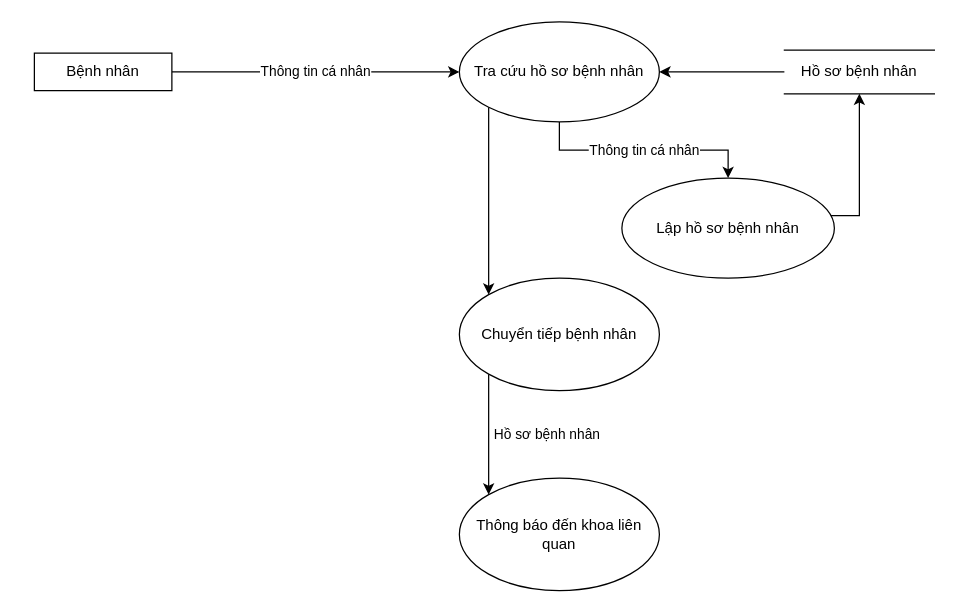
Earlier version of the draw.io diagram DuoiDinh_TiepDon.drawio (Nhatran241/HTTT). Source tidied: cells renumbered, new cells numbered last; positions are measured from the earlier drawing's top-left corner, leaving out a move shared by most shapes. Both pictures are drawn from the tidied source at 125%, with x=0, y=0 at pixel (34, 21).
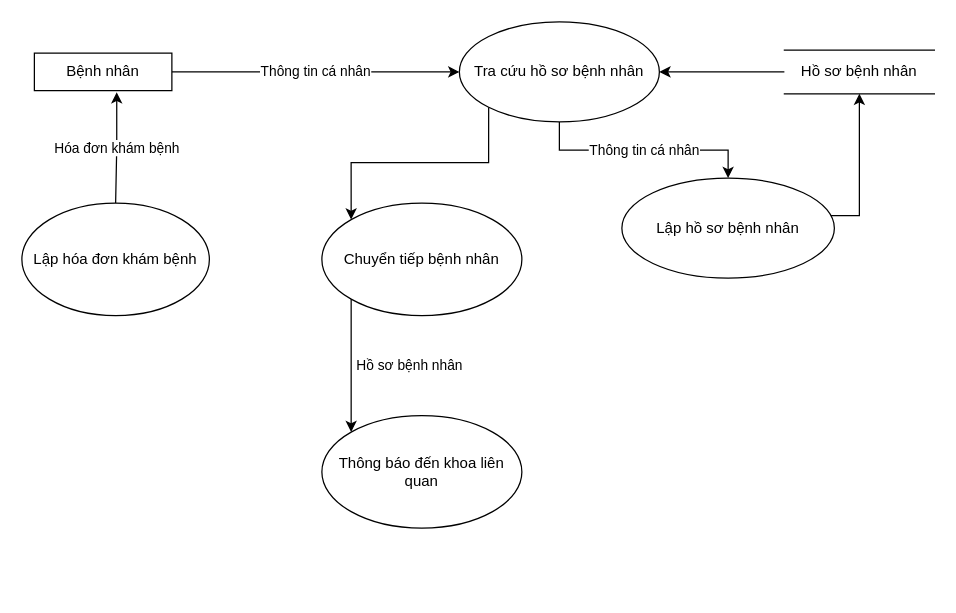
The same page after the edit.

What changed in the source:
```diff
@@
 <mxGraphModel>
   <root>
     <mxCell id="0" />
     <mxCell id="1" parent="0" />
     <mxCell id="2" value="Thông tin cá nhân" style="edgeStyle=orthogonalEdgeStyle;rounded=0;jettySize=auto;html=1;" parent="1" edge="1" source="3" target="6">
       <mxGeometry relative="1" as="geometry" />
     </mxCell>
     <mxCell id="3" value="Bệnh nhân" style="rounded=0;whiteSpace=wrap;html=1;" parent="1" vertex="1">
       <mxGeometry y="25" width="110" height="30" as="geometry" />
     </mxCell>
     <mxCell id="4" value="Thông tin cá nhân&lt;br&gt;" style="edgeStyle=orthogonalEdgeStyle;rounded=0;jettySize=auto;html=1;" parent="1" edge="1" source="6" target="8">
       <mxGeometry relative="1" as="geometry" />
     </mxCell>
     <mxCell id="5" style="edgeStyle=orthogonalEdgeStyle;rounded=0;jettySize=auto;html=1;exitX=0;exitY=1;exitDx=0;exitDy=0;entryX=0;entryY=0;entryDx=0;entryDy=0;" parent="1" edge="1" source="6" target="12">
       <mxGeometry relative="1" as="geometry" />
     </mxCell>
     <mxCell id="6" value="Tra cứu hồ sơ bệnh nhân" style="ellipse;whiteSpace=wrap;html=1;" parent="1" vertex="1">
       <mxGeometry x="340" width="160" height="80" as="geometry" />
     </mxCell>
     <mxCell id="7" style="edgeStyle=orthogonalEdgeStyle;rounded=0;jettySize=auto;html=1;entryX=0.5;entryY=1;entryDx=0;entryDy=0;" parent="1" edge="1" source="8" target="10">
       <mxGeometry relative="1" as="geometry">
         <Array as="points">
           <mxPoint x="660" y="155" />
         </Array>
       </mxGeometry>
     </mxCell>
     <mxCell id="8" value="Lập hồ sơ bệnh nhân" style="ellipse;whiteSpace=wrap;html=1;" parent="1" vertex="1">
       <mxGeometry x="470" y="125" width="170" height="80" as="geometry" />
     </mxCell>
     <mxCell id="9" style="edgeStyle=orthogonalEdgeStyle;rounded=0;jettySize=auto;html=1;entryX=1;entryY=0.5;entryDx=0;entryDy=0;" parent="1" edge="1" source="10" target="6">
       <mxGeometry relative="1" as="geometry" />
     </mxCell>
     <mxCell id="10" value="Hồ sơ bệnh nhân" style="shape=partialRectangle;whiteSpace=wrap;html=1;left=0;right=0;fillColor=none;" parent="1" vertex="1">
       <mxGeometry x="600" y="22.5" width="120" height="35" as="geometry" />
     </mxCell>
     <mxCell id="11" value="Hồ sơ bệnh nhân" style="edgeStyle=orthogonalEdgeStyle;rounded=0;jettySize=auto;html=1;exitX=0;exitY=1;exitDx=0;exitDy=0;entryX=0;entryY=0;entryDx=0;entryDy=0;" parent="1" edge="1" source="12" target="13">
       <mxGeometry y="47" relative="1" as="geometry" />
     </mxCell>
     <mxCell id="12" value="Chuyển tiếp bệnh nhân" style="ellipse;whiteSpace=wrap;html=1;" parent="1" vertex="1">
-      <mxGeometry x="340" y="205" width="160" height="90" as="geometry" />
+      <mxGeometry x="230" y="145" width="160" height="90" as="geometry" />
     </mxCell>
     <mxCell id="13" value="Thông báo đến khoa liên quan" style="ellipse;whiteSpace=wrap;html=1;" parent="1" vertex="1">
-      <mxGeometry x="340" y="365" width="160" height="90" as="geometry" />
+      <mxGeometry x="230" y="315" width="160" height="90" as="geometry" />
     </mxCell>
+    <mxCell id="14" value="Hóa đơn khám bệnh" style="edgeStyle=orthogonalEdgeStyle;rounded=0;jettySize=auto;html=1;entryX=0.599;entryY=1.045;entryDx=0;entryDy=0;entryPerimeter=0;" parent="1" edge="1" source="15" target="3">
+      <mxGeometry relative="1" as="geometry">
+        <Array as="points">
+          <mxPoint x="65" y="100" />
+        </Array>
+      </mxGeometry>
+    </mxCell>
+    <mxCell id="15" value="Lập hóa đơn khám bệnh" style="ellipse;whiteSpace=wrap;html=1;" parent="1" vertex="1">
+      <mxGeometry x="-10" y="145" width="150" height="90" as="geometry" />
+    </mxCell>
   </root>
 </mxGraphModel>
```
